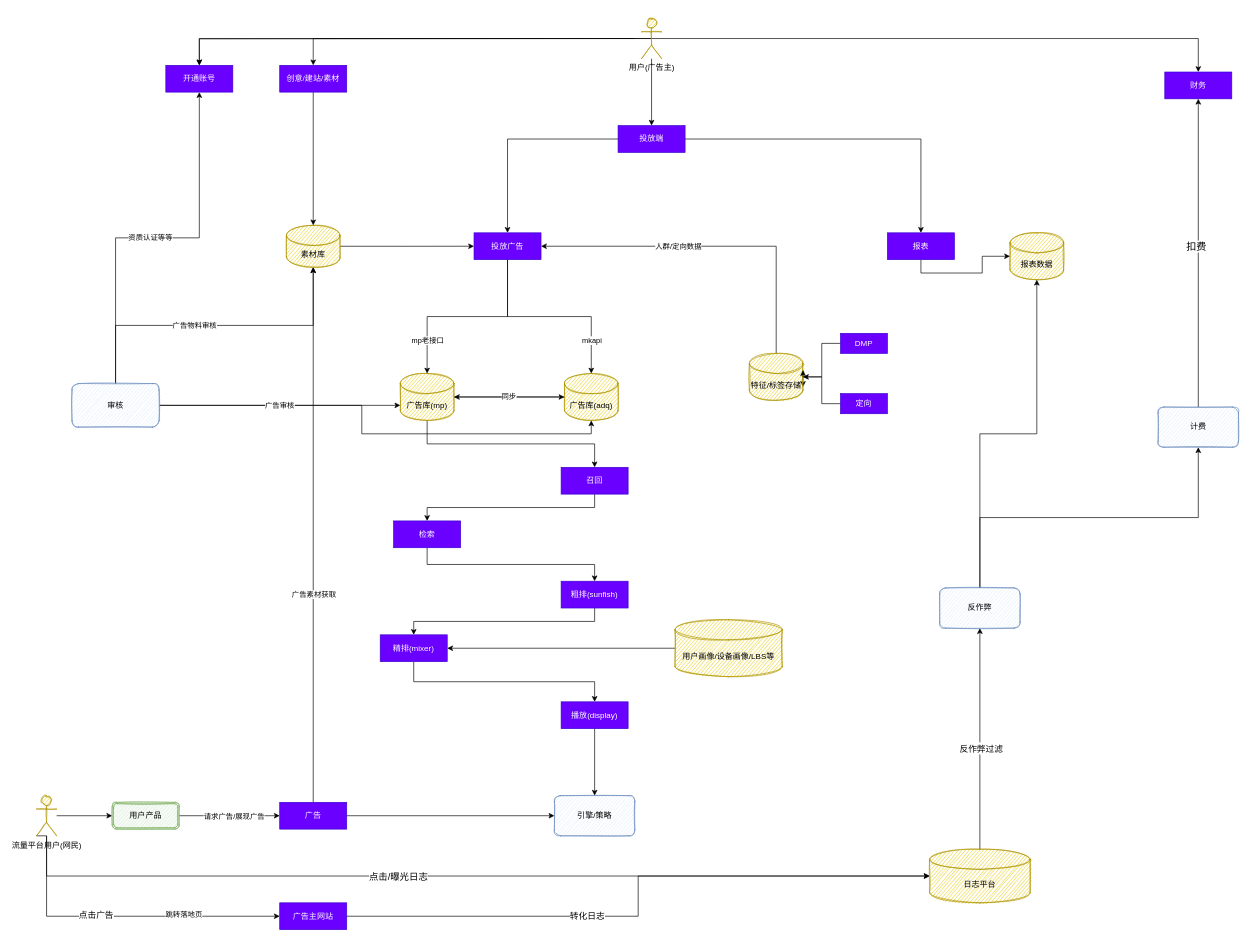
Above: Untitled Diagram.drawio in xzy0625/CSS-HTML- (draw.io), before the change. Source tidied: cells renumbered, new cells numbered last; positions are measured from the earlier drawing's top-left corner, leaving out a move shared by most shapes. Both pictures are drawn from the tidied source at 67%, with x=0, y=0 at pixel (36, 18).
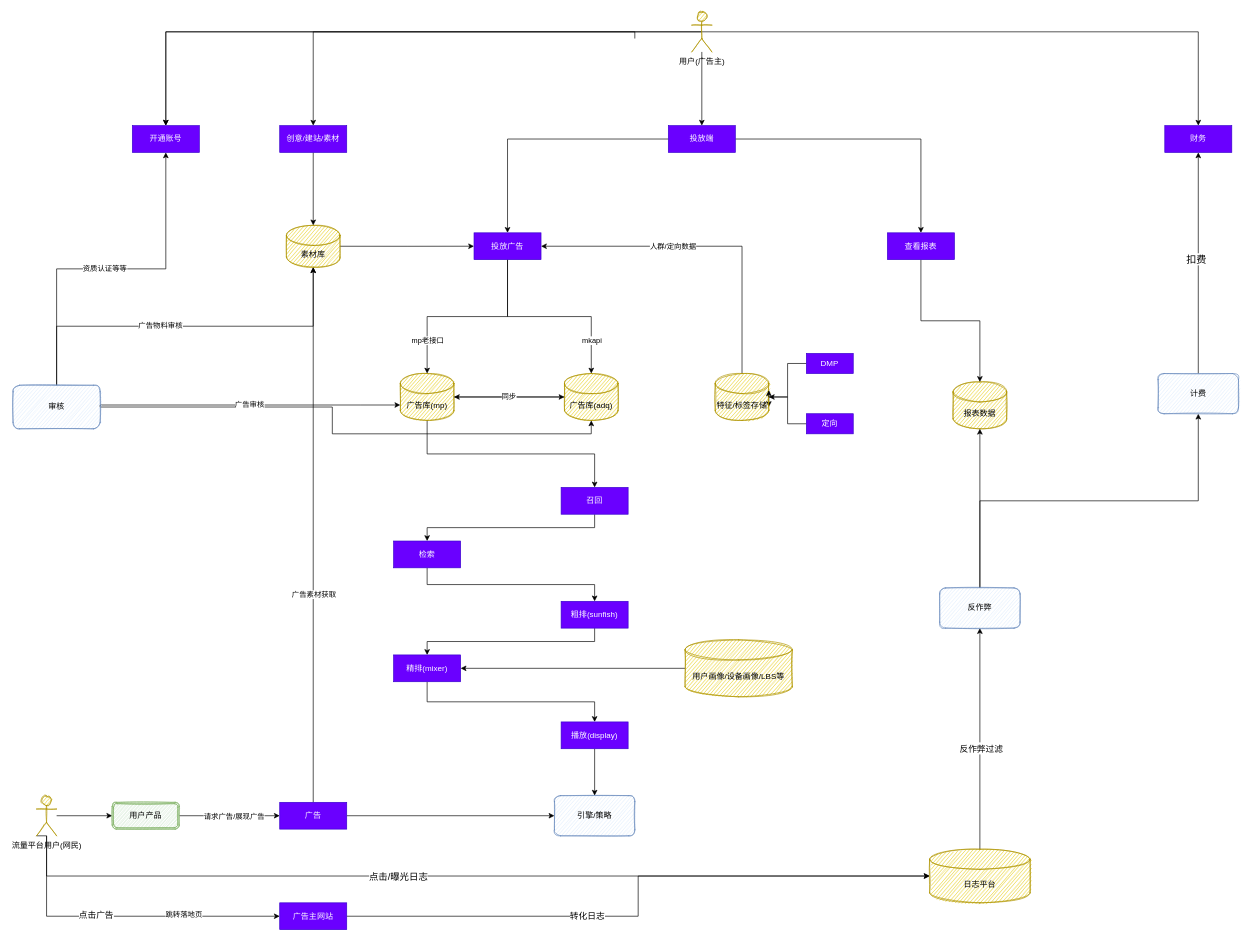
Above is the later version.

Unchanged cells that the change refers to:
```xml
<mxCell id="83" style="edgeStyle=orthogonalEdgeStyle;rounded=0;jettySize=auto;html=1;exitX=0.5;exitY=0;exitDx=0;exitDy=0;entryX=0.5;entryY=1;entryDx=0;entryDy=0;fontSize=13;" parent="1" edge="1" source="85" target="37">
  <mxGeometry relative="1" as="geometry" />
</mxCell>
```

The edit, as a diff of the source:
```diff
@@
     <mxCell id="4" value="投放端" style="rounded=0;whiteSpace=wrap;html=1;fillColor=#6a00ff;strokeColor=#3700CC;sketch=0;fontColor=#ffffff;" parent="1" vertex="1">
-      <mxGeometry x="868" y="160" width="100" height="40" as="geometry" />
+      <mxGeometry x="943" y="160" width="100" height="40" as="geometry" />
     </mxCell>
@@
     <mxCell id="13" value="审核" style="rounded=1;whiteSpace=wrap;html=1;fillColor=#dae8fc;strokeColor=#6c8ebf;fillStyle=hatch;glass=0;shadow=0;sketch=1;" parent="1" vertex="1">
-      <mxGeometry x="53" y="545" width="130" height="65" as="geometry" />
+      <mxGeometry x="-35" y="547.5" width="130" height="65" as="geometry" />
     </mxCell>
@@
     <mxCell id="19" value="报表数据" style="shape=cylinder3;whiteSpace=wrap;html=1;boundedLbl=1;backgroundOutline=1;size=15;rounded=1;shadow=0;glass=0;sketch=1;fillStyle=hatch;fillColor=#e3c800;fontColor=#000000;strokeColor=#B09500;" parent="1" vertex="1">
-      <mxGeometry x="1453" y="320" width="80" height="70" as="geometry" />
+      <mxGeometry x="1368" y="542.5" width="80" height="70" as="geometry" />
     </mxCell>
@@
     <mxCell id="26" value="用户(广告主)" style="shape=umlActor;verticalLabelPosition=bottom;verticalAlign=top;html=1;outlineConnect=0;rounded=1;shadow=0;glass=0;sketch=1;fillStyle=hatch;fillColor=#e3c800;fontColor=#000000;strokeColor=#B09500;" parent="1" vertex="1">
-      <mxGeometry x="903" width="30" height="60" as="geometry" />
+      <mxGeometry x="978" y="-10" width="30" height="60" as="geometry" />
     </mxCell>
@@
     <mxCell id="37" value="财务" style="rounded=0;whiteSpace=wrap;html=1;fillColor=#6a00ff;strokeColor=#3700CC;sketch=0;fontColor=#ffffff;" parent="1" vertex="1">
-      <mxGeometry x="1684" y="80" width="100" height="40" as="geometry" />
+      <mxGeometry x="1684" y="160" width="100" height="40" as="geometry" />
     </mxCell>
@@
-    <mxCell id="44" value="报表" style="rounded=0;whiteSpace=wrap;html=1;fillColor=#6a00ff;strokeColor=#3700CC;sketch=0;fontColor=#ffffff;" parent="1" vertex="1">
+    <mxCell id="44" value="查看报表" style="rounded=0;whiteSpace=wrap;html=1;fillColor=#6a00ff;strokeColor=#3700CC;sketch=0;fontColor=#ffffff;" parent="1" vertex="1">
       <mxGeometry x="1270" y="320" width="100" height="40" as="geometry" />
     </mxCell>
     <mxCell id="45" value="开通账号" style="rounded=0;whiteSpace=wrap;html=1;fillColor=#6a00ff;strokeColor=#3700CC;sketch=0;fontColor=#ffffff;" parent="1" vertex="1">
-      <mxGeometry x="193" y="70" width="100" height="40" as="geometry" />
+      <mxGeometry x="143" y="160" width="100" height="40" as="geometry" />
     </mxCell>
@@
     <mxCell id="47" value="创意/建站/素材" style="rounded=0;whiteSpace=wrap;html=1;fillColor=#6a00ff;strokeColor=#3700CC;sketch=0;fontColor=#ffffff;" parent="1" vertex="1">
-      <mxGeometry x="363" y="70" width="100" height="40" as="geometry" />
+      <mxGeometry x="363" y="160" width="100" height="40" as="geometry" />
     </mxCell>
     <mxCell id="48" style="edgeStyle=orthogonalEdgeStyle;rounded=0;jettySize=auto;html=1;exitX=1;exitY=0;exitDx=0;exitDy=25;exitPerimeter=0;" parent="1" edge="1" source="51">
       <mxGeometry relative="1" as="geometry">
-        <mxPoint x="1144" y="550" as="targetPoint" />
+        <mxPoint x="1093" y="580" as="targetPoint" />
       </mxGeometry>
     </mxCell>
@@
     <mxCell id="51" value="特征/标签存储" style="shape=cylinder3;whiteSpace=wrap;html=1;boundedLbl=1;backgroundOutline=1;size=15;rounded=1;shadow=0;glass=0;sketch=1;fillStyle=hatch;fillColor=#e3c800;fontColor=#000000;strokeColor=#B09500;" parent="1" vertex="1">
-      <mxGeometry x="1064" y="500" width="80" height="70" as="geometry" />
+      <mxGeometry x="1013" y="530" width="80" height="70" as="geometry" />
     </mxCell>
     <mxCell id="52" style="edgeStyle=orthogonalEdgeStyle;rounded=0;jettySize=auto;html=1;exitX=0;exitY=0.5;exitDx=0;exitDy=0;entryX=1;entryY=0;entryDx=0;entryDy=25;entryPerimeter=0;" parent="1" edge="1" source="53" target="51">
       <mxGeometry relative="1" as="geometry">
         <Array as="points">
-          <mxPoint x="1172" y="485" />
-          <mxPoint x="1172" y="535" />
-          <mxPoint x="1144" y="535" />
+          <mxPoint x="1121" y="515" />
+          <mxPoint x="1121" y="565" />
+          <mxPoint x="1093" y="565" />
         </Array>
       </mxGeometry>
     </mxCell>
     <mxCell id="53" value="DMP" style="rounded=0;whiteSpace=wrap;html=1;fillColor=#6a00ff;strokeColor=#3700CC;sketch=0;fontColor=#ffffff;" parent="1" vertex="1">
-      <mxGeometry x="1200" y="470" width="70" height="30" as="geometry" />
+      <mxGeometry x="1149" y="500" width="70" height="30" as="geometry" />
     </mxCell>
@@
     <mxCell id="55" value="定向" style="rounded=0;whiteSpace=wrap;html=1;fillColor=#6a00ff;strokeColor=#3700CC;sketch=0;fontColor=#ffffff;" parent="1" vertex="1">
-      <mxGeometry x="1200" y="560" width="70" height="30" as="geometry" />
+      <mxGeometry x="1149" y="590" width="70" height="30" as="geometry" />
     </mxCell>
     <mxCell id="56" style="edgeStyle=orthogonalEdgeStyle;rounded=0;jettySize=auto;html=1;" parent="1" edge="1" target="45">
       <mxGeometry relative="1" as="geometry">
         <mxPoint x="893" y="30" as="sourcePoint" />
+        <Array as="points">
+          <mxPoint x="893" y="20" />
+          <mxPoint x="193" y="20" />
+        </Array>
       </mxGeometry>
     </mxCell>
@@
     <mxCell id="63" value="精排(mixer)" style="rounded=0;whiteSpace=wrap;html=1;fillColor=#6a00ff;strokeColor=#3700CC;sketch=0;fontColor=#ffffff;" parent="1" vertex="1">
-      <mxGeometry x="513" y="920" width="100" height="40" as="geometry" />
+      <mxGeometry x="533" y="950" width="100" height="40" as="geometry" />
     </mxCell>
@@
     <mxCell id="65" value="粗排(sunfish)" style="rounded=0;whiteSpace=wrap;html=1;fillColor=#6a00ff;strokeColor=#3700CC;sketch=0;fontColor=#ffffff;" parent="1" vertex="1">
-      <mxGeometry x="783" y="840" width="100" height="40" as="geometry" />
+      <mxGeometry x="783" y="870" width="100" height="40" as="geometry" />
     </mxCell>
@@
     <mxCell id="67" value="播放(display)" style="rounded=0;whiteSpace=wrap;html=1;fillColor=#6a00ff;strokeColor=#3700CC;sketch=0;fontColor=#ffffff;" parent="1" vertex="1">
-      <mxGeometry x="783" y="1020" width="100" height="40" as="geometry" />
+      <mxGeometry x="783" y="1050" width="100" height="40" as="geometry" />
     </mxCell>
@@
     <mxCell id="69" value="检索" style="rounded=0;whiteSpace=wrap;html=1;fillColor=#6a00ff;strokeColor=#3700CC;sketch=0;fontColor=#ffffff;" parent="1" vertex="1">
-      <mxGeometry x="533" y="750" width="100" height="40" as="geometry" />
+      <mxGeometry x="533" y="780" width="100" height="40" as="geometry" />
     </mxCell>
@@
     <mxCell id="71" value="召回" style="rounded=0;whiteSpace=wrap;html=1;fillColor=#6a00ff;strokeColor=#3700CC;sketch=0;fontColor=#ffffff;" parent="1" vertex="1">
-      <mxGeometry x="783" y="670" width="100" height="40" as="geometry" />
+      <mxGeometry x="783" y="700" width="100" height="40" as="geometry" />
     </mxCell>
@@
     <mxCell id="73" value="用户画像/设备画像/LBS等" style="shape=cylinder3;whiteSpace=wrap;html=1;boundedLbl=1;backgroundOutline=1;size=15;rounded=1;shadow=0;glass=0;sketch=1;fillStyle=hatch;fillColor=#e3c800;fontColor=#000000;strokeColor=#B09500;" parent="1" vertex="1">
-      <mxGeometry x="953" y="897.5" width="160" height="85" as="geometry" />
+      <mxGeometry x="968" y="927.5" width="160" height="85" as="geometry" />
     </mxCell>
@@
-    <mxCell id="84" value="&lt;font style=&quot;font-size: 15px;&quot;&gt;扣费&lt;/font&gt;" style="edgeLabel;html=1;align=center;verticalAlign=middle;fontSize=13;" parent="83" vertex="1">
+    <mxCell id="84" value="&lt;font style=&quot;font-size: 15px;&quot;&gt;扣费&lt;/font&gt;" style="edgeLabel;html=1;align=center;verticalAlign=middle;fontSize=15;" parent="83" vertex="1">
       <mxGeometry x="0.05" y="4" relative="1" as="geometry">
         <mxPoint y="1" as="offset" />
       </mxGeometry>
     </mxCell>
     <mxCell id="85" value="计费" style="rounded=1;whiteSpace=wrap;html=1;fillColor=#dae8fc;strokeColor=#6c8ebf;fillStyle=hatch;glass=0;shadow=0;sketch=1;" parent="1" vertex="1">
-      <mxGeometry x="1674" y="580" width="120" height="60" as="geometry" />
+      <mxGeometry x="1674" y="530" width="120" height="60" as="geometry" />
     </mxCell>
```
